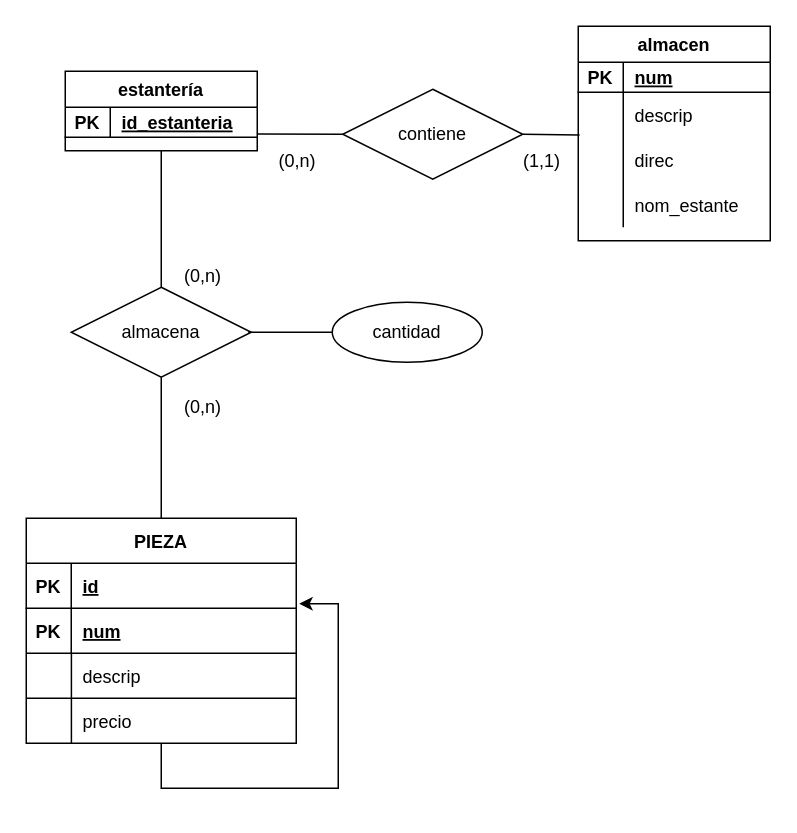
Before: Ex5.drawio in JuanMarinG/TA12_MYSQL, a draw.io diagram. Source tidied: cells renumbered, new cells numbered last; positions are measured from the earlier drawing's top-left corner, leaving out a move shared by most shapes. Both pictures are drawn from the tidied source at 150%, with x=0, y=0 at pixel (26, 26).
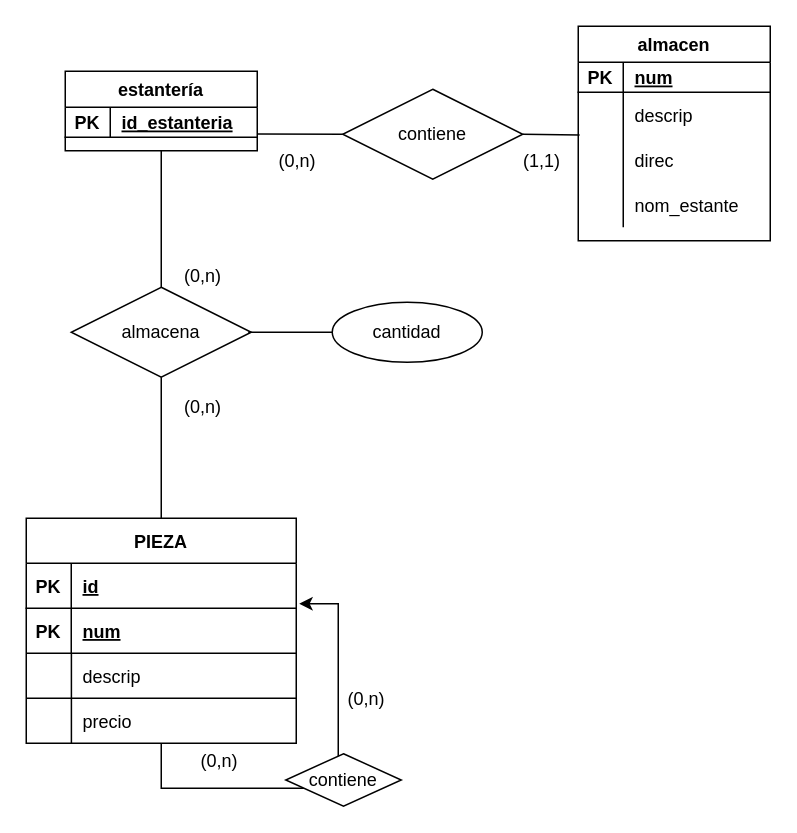
The same diagram, later.

Commit message:
cardinalidad recursiva

The edit, as a diff of the source:
```diff
@@
+    <mxCell id="45" value="&lt;div&gt;contiene&lt;/div&gt;" style="shape=rhombus;perimeter=rhombusPerimeter;whiteSpace=wrap;html=1;align=center;" parent="1" vertex="1">
+      <mxGeometry x="173" y="485" width="77" height="35" as="geometry" />
+    </mxCell>
+    <mxCell id="46" value="(0,n)" style="text;html=1;strokeColor=none;fillColor=none;align=center;verticalAlign=middle;whiteSpace=wrap;rounded=0;" parent="1" vertex="1">
+      <mxGeometry x="197" y="434" width="60" height="30" as="geometry" />
+    </mxCell>
+    <mxCell id="47" value="(0,n)" style="text;html=1;strokeColor=none;fillColor=none;align=center;verticalAlign=middle;whiteSpace=wrap;rounded=0;" parent="1" vertex="1">
+      <mxGeometry x="99" y="475" width="60" height="30" as="geometry" />
+    </mxCell>
```
